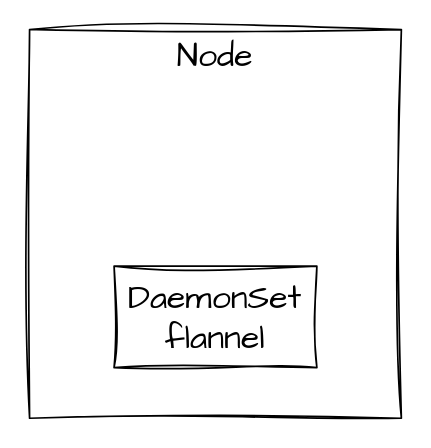
This is page "架构" (1 of 4) of docs/cni-flannel.drawio from caijiatao/go-lib, a draw.io file, before an edit. Source tidied: cells renumbered, new cells numbered last; positions are measured from the earlier drawing's top-left corner, leaving out a move shared by most shapes. Both pictures are drawn from the tidied source at 169%, with x=0, y=0 at pixel (29, 29).
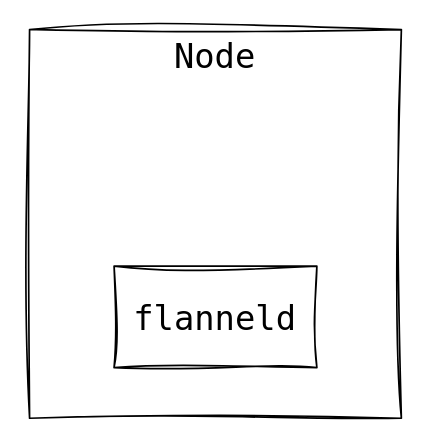
The same page after the edit.

Diff of the diagram source:
```diff
@@
 <mxGraphModel>
   <root>
     <mxCell id="0" />
     <mxCell id="1" parent="0" />
-    <mxCell id="2" style="rounded=0;whiteSpace=wrap;html=1;sketch=1;hachureGap=4;jiggle=2;curveFitting=1;fontFamily=Architects Daughter;fontSize=20;" parent="1" vertex="1">
+    <mxCell id="2" style="rounded=0;whiteSpace=wrap;html=1;sketch=1;hachureGap=4;jiggle=2;curveFitting=1;fontFamily=Lucida Console;fontSize=20;" parent="1" vertex="1">
       <mxGeometry width="220" height="230" as="geometry" />
     </mxCell>
-    <mxCell id="3" value="DaemonSet&lt;br&gt;flannel" style="rounded=0;whiteSpace=wrap;html=1;sketch=1;hachureGap=4;jiggle=2;curveFitting=1;fontFamily=Architects Daughter;fontSize=20;" parent="1" vertex="1">
+    <mxCell id="3" value="flanneld" style="rounded=0;whiteSpace=wrap;html=1;sketch=1;hachureGap=4;jiggle=2;curveFitting=1;fontFamily=Lucida Console;fontSize=20;" parent="1" vertex="1">
       <mxGeometry x="50" y="140" width="120" height="60" as="geometry" />
     </mxCell>
-    <mxCell id="4" value="Node" style="text;html=1;strokeColor=none;fillColor=none;align=center;verticalAlign=middle;whiteSpace=wrap;rounded=0;fontSize=20;fontFamily=Architects Daughter;" parent="1" vertex="1">
+    <mxCell id="4" value="Node" style="text;html=1;strokeColor=none;fillColor=none;align=center;verticalAlign=middle;whiteSpace=wrap;rounded=0;fontSize=20;fontFamily=Lucida Console;" parent="1" vertex="1">
       <mxGeometry x="80" width="60" height="30" as="geometry" />
     </mxCell>
   </root>
 </mxGraphModel>
```
